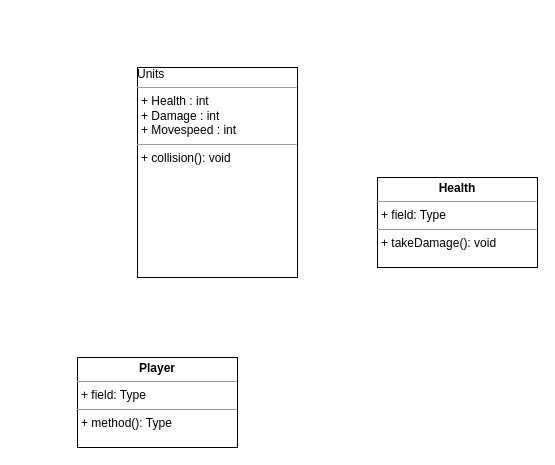
Before: page "Page-1" (1 of 2) of Untitled Diagram.drawio in Loewen37/memes, a draw.io diagram. Source tidied: cells renumbered, new cells numbered last; positions are measured from the earlier drawing's top-left corner, leaving out a move shared by most shapes. Both pictures are drawn from the tidied source at 100%, with x=0, y=0 at pixel (77, 67).
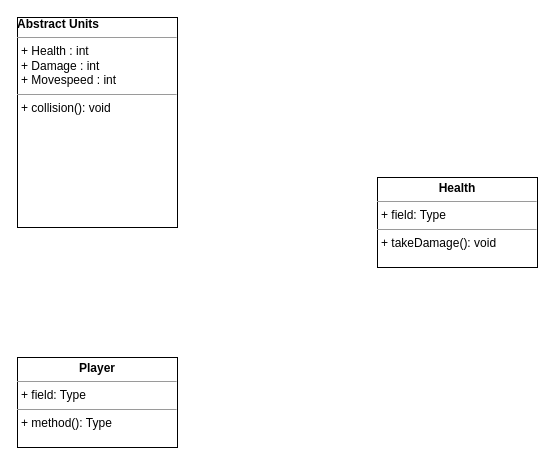
After the change.

Change to the diagram source:
```diff
@@
 <mxGraphModel>
   <root>
     <mxCell id="0" />
     <mxCell id="1" parent="0" />
-    <mxCell id="2" value="Units&lt;br&gt;&lt;hr size=&quot;1&quot;&gt;&lt;p style=&quot;margin: 0px ; margin-left: 4px&quot;&gt;+ Health : int&lt;br&gt;+ Damage : int&lt;br&gt;+ Movespeed : int&lt;br&gt;&lt;/p&gt;&lt;hr size=&quot;1&quot;&gt;&lt;p style=&quot;margin: 0px ; margin-left: 4px&quot;&gt;+ collision(): void&lt;br&gt;&lt;/p&gt;" style="verticalAlign=top;align=left;overflow=fill;fontSize=12;fontFamily=Helvetica;html=1;" parent="1" vertex="1">
-      <mxGeometry x="60" width="160" height="210" as="geometry" />
+    <mxCell id="2" value="&lt;b&gt;Abstract Units&lt;/b&gt;&lt;br&gt;&lt;hr size=&quot;1&quot;&gt;&lt;p style=&quot;margin: 0px ; margin-left: 4px&quot;&gt;+ Health : int&lt;br&gt;+ Damage : int&lt;br&gt;+ Movespeed : int&lt;br&gt;&lt;/p&gt;&lt;hr size=&quot;1&quot;&gt;&lt;p style=&quot;margin: 0px ; margin-left: 4px&quot;&gt;+ collision(): void&lt;br&gt;&lt;/p&gt;" style="verticalAlign=top;align=left;overflow=fill;fontSize=12;fontFamily=Helvetica;html=1;" parent="1" vertex="1">
+      <mxGeometry x="-60" y="-50" width="160" height="210" as="geometry" />
     </mxCell>
     <mxCell id="3" value="&lt;p style=&quot;margin: 0px ; margin-top: 4px ; text-align: center&quot;&gt;&lt;b&gt;Player&lt;/b&gt;&lt;br&gt;&lt;/p&gt;&lt;hr size=&quot;1&quot;&gt;&lt;p style=&quot;margin: 0px ; margin-left: 4px&quot;&gt;+ field: Type&lt;/p&gt;&lt;hr size=&quot;1&quot;&gt;&lt;p style=&quot;margin: 0px ; margin-left: 4px&quot;&gt;+ method(): Type&lt;/p&gt;" style="verticalAlign=top;align=left;overflow=fill;fontSize=12;fontFamily=Helvetica;html=1;" parent="1" vertex="1">
-      <mxGeometry y="290" width="160" height="90" as="geometry" />
+      <mxGeometry x="-60" y="290" width="160" height="90" as="geometry" />
     </mxCell>
     <mxCell id="4" value="&lt;p style=&quot;margin: 0px ; margin-top: 4px ; text-align: center&quot;&gt;&lt;b&gt;Health&lt;/b&gt;&lt;br&gt;&lt;/p&gt;&lt;hr size=&quot;1&quot;&gt;&lt;p style=&quot;margin: 0px ; margin-left: 4px&quot;&gt;+ field: Type&lt;/p&gt;&lt;hr size=&quot;1&quot;&gt;&lt;p style=&quot;margin: 0px ; margin-left: 4px&quot;&gt;+ takeDamage(): void&lt;br&gt;&lt;/p&gt;" style="verticalAlign=top;align=left;overflow=fill;fontSize=12;fontFamily=Helvetica;html=1;" parent="1" vertex="1">
       <mxGeometry x="300" y="110" width="160" height="90" as="geometry" />
     </mxCell>
   </root>
 </mxGraphModel>
```
